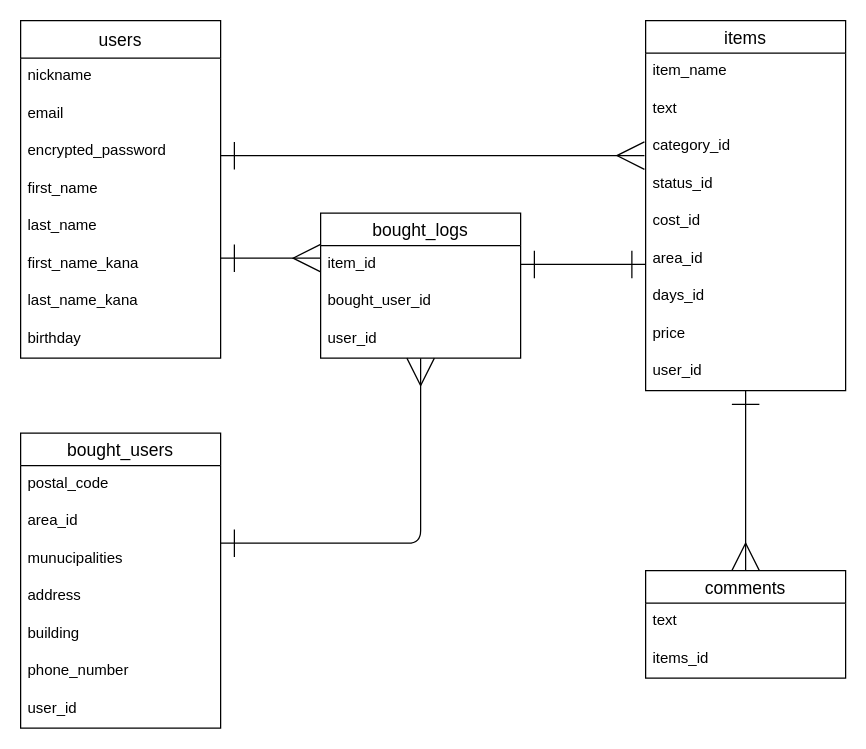
This is furima_er.dio from yohei-ota/furima-36556, a draw.io file, before an edit. Source tidied: cells renumbered, new cells numbered last; positions are measured from the earlier drawing's top-left corner, leaving out a move shared by most shapes. Both pictures are drawn from the tidied source at 125%, with x=0, y=0 at pixel (20, 20).
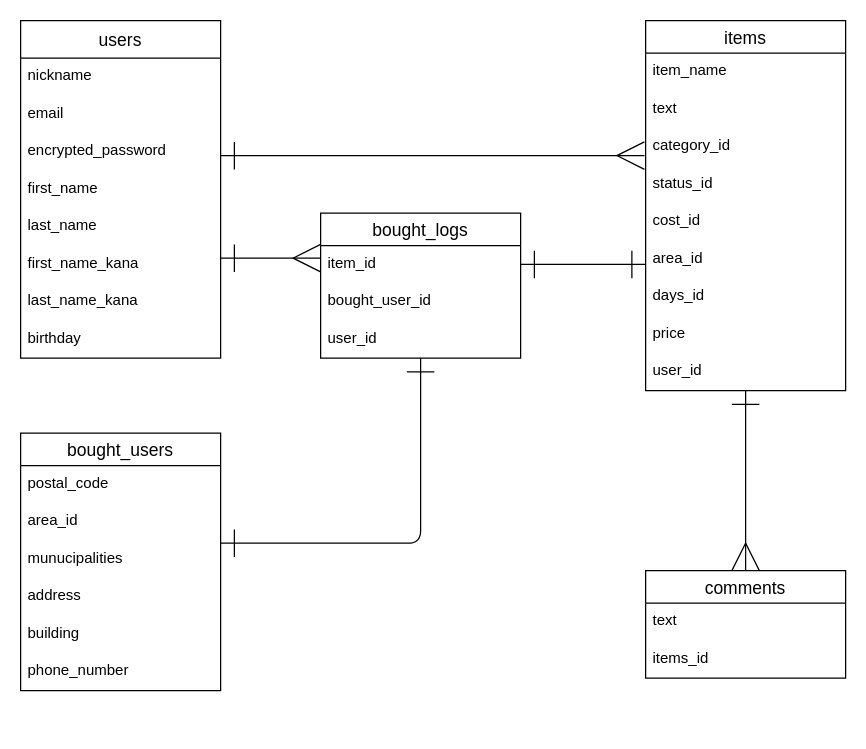
The same diagram, later.

Commit message (it also covers changes not shown here):
アソシエーションの修正とそれに伴うER図の修正

Unchanged cells that the change refers to:
```xml
<mxCell id="38" value="user_id" style="text;strokeColor=none;fillColor=none;spacingLeft=4;spacingRight=4;overflow=hidden;points=[[0,0.5],[1,0.5]];portConstraint=eastwest;fontSize=12;" parent="35" vertex="1">
  <mxGeometry y="86" width="160" height="30" as="geometry" />
</mxCell>
```

Change to the diagram source:
```diff
@@
     <mxCell id="21" value="bought_users" style="swimlane;fontStyle=0;horizontal=1;startSize=26;align=center;fontSize=14;" parent="1" vertex="1">
-      <mxGeometry y="330" width="160" height="236" as="geometry" />
+      <mxGeometry y="330" width="160" height="206" as="geometry" />
     </mxCell>
@@
-    <mxCell id="28" value="user_id" style="text;strokeColor=none;fillColor=none;spacingLeft=4;spacingRight=4;overflow=hidden;fontSize=12;" parent="21" vertex="1">
-      <mxGeometry y="206" width="160" height="30" as="geometry" />
-    </mxCell>
-    <mxCell id="29" style="fontSize=12;html=1;endArrow=ERone;startArrow=ERmany;edgeStyle=orthogonalEdgeStyle;endFill=0;startFill=0;endSize=20;startSize=20;" parent="1" edge="1" source="38">
+    <mxCell id="29" style="fontSize=12;html=1;endArrow=ERone;startArrow=ERone;edgeStyle=orthogonalEdgeStyle;endFill=0;startFill=0;endSize=20;startSize=20;" parent="1" edge="1" source="38">
       <mxGeometry relative="1" as="geometry">
         <mxPoint x="160" y="418" as="targetPoint" />
         <Array as="points">
           <mxPoint x="320" y="418" />
         </Array>
       </mxGeometry>
     </mxCell>
```
